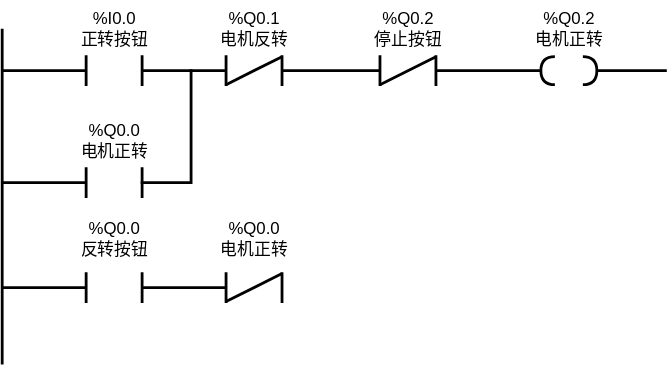
Earlier version of the draw.io export drawio/ZhengFanZhuan.svg (Stolorzs/Picgo). Source tidied: cells renumbered, new cells last; positions are measured from the earlier drawing's top-left corner, leaving out a move shared by most shapes. Its diagram source:
```xml
<mxGraphModel>
  <root>
    <mxCell id="0" />
    <mxCell id="1" parent="0" />
    <mxCell id="2" style="shape=partialRectangle;whiteSpace=wrap;html=1;bottom=0;top=0;fillColor=none;strokeWidth=2;" parent="1" vertex="1">
      <mxGeometry x="60" y="40" width="40" height="20" as="geometry" />
    </mxCell>
    <mxCell id="3" style="line;strokeWidth=2;html=1;" parent="1" vertex="1">
      <mxGeometry y="45" width="60" height="10" as="geometry" />
    </mxCell>
    <mxCell id="4" value="&lt;div&gt;%I0.0&lt;/div&gt;正转按钮" style="text;html=1;align=center;verticalAlign=middle;strokeColor=none;fillColor=none;" parent="1" vertex="1">
      <mxGeometry x="45" width="70" height="40" as="geometry" />
    </mxCell>
    <mxCell id="5" style="group;" parent="1" vertex="1">
      <mxGeometry x="160" y="40" width="40" height="20" as="geometry" />
    </mxCell>
    <mxCell id="6" style="shape=partialRectangle;whiteSpace=wrap;html=1;bottom=0;top=0;fillColor=none;strokeWidth=2;" parent="5" vertex="1">
      <mxGeometry width="40" height="20" as="geometry" />
    </mxCell>
    <mxCell id="7" style="endArrow=none;html=1;rounded=0;strokeWidth=2;entryX=1;entryY=0;entryDx=0;entryDy=0;" parent="5" edge="1" target="6">
      <mxGeometry relative="1" as="geometry">
        <mxPoint y="20" as="sourcePoint" />
      </mxGeometry>
    </mxCell>
    <mxCell id="8" style="line;strokeWidth=2;html=1;" parent="1" vertex="1">
      <mxGeometry x="100" y="45" width="60" height="10" as="geometry" />
    </mxCell>
    <mxCell id="9" value="&lt;div&gt;%Q0.1&lt;/div&gt;电机反转" style="text;html=1;align=center;verticalAlign=middle;strokeColor=none;fillColor=none;" parent="1" vertex="1">
      <mxGeometry x="145" width="70" height="40" as="geometry" />
    </mxCell>
    <mxCell id="10" style="line;strokeWidth=2;html=1;" parent="1" vertex="1">
      <mxGeometry x="200" y="45" width="70" height="10" as="geometry" />
    </mxCell>
    <mxCell id="11" style="endArrow=none;html=1;rounded=0;strokeWidth=2;" parent="1" edge="1">
      <mxGeometry relative="1" as="geometry">
        <mxPoint y="260" as="sourcePoint" />
        <mxPoint y="20" as="targetPoint" />
      </mxGeometry>
    </mxCell>
    <mxCell id="12" style="group;" parent="1" vertex="1">
      <mxGeometry x="270" y="40" width="40" height="20" as="geometry" />
    </mxCell>
    <mxCell id="13" style="shape=partialRectangle;whiteSpace=wrap;html=1;bottom=0;top=0;fillColor=none;strokeWidth=2;" parent="12" vertex="1">
      <mxGeometry width="40" height="20" as="geometry" />
    </mxCell>
    <mxCell id="14" style="endArrow=none;html=1;rounded=0;strokeWidth=2;entryX=1;entryY=0;entryDx=0;entryDy=0;" parent="12" edge="1" target="13">
      <mxGeometry relative="1" as="geometry">
        <mxPoint y="20" as="sourcePoint" />
      </mxGeometry>
    </mxCell>
    <mxCell id="15" style="line;strokeWidth=2;html=1;" parent="1" vertex="1">
      <mxGeometry x="310" y="45" width="75" height="10" as="geometry" />
    </mxCell>
    <mxCell id="16" value="&lt;div&gt;%Q0.2&lt;/div&gt;停止按钮" style="text;html=1;align=center;verticalAlign=middle;strokeColor=none;fillColor=none;" parent="1" vertex="1">
      <mxGeometry x="255" width="70" height="40" as="geometry" />
    </mxCell>
    <mxCell id="17" value="&lt;div&gt;%Q0.2&lt;/div&gt;电机正转" style="text;html=1;align=center;verticalAlign=middle;strokeColor=none;fillColor=none;" parent="1" vertex="1">
      <mxGeometry x="370" width="70" height="40" as="geometry" />
    </mxCell>
    <mxCell id="18" style="group;" parent="1" vertex="1">
      <mxGeometry x="385" y="40" width="40" height="20" as="geometry" />
    </mxCell>
    <mxCell id="19" style="shape=requiredInterface;html=1;verticalLabelPosition=bottom;sketch=0;strokeWidth=2;fillColor=none;" parent="18" vertex="1">
      <mxGeometry x="30" width="10" height="20" as="geometry" />
    </mxCell>
    <mxCell id="20" style="shape=requiredInterface;html=1;verticalLabelPosition=bottom;sketch=0;strokeWidth=2;rotation=-180;fillColor=none;" parent="18" vertex="1">
      <mxGeometry width="10" height="20" as="geometry" />
    </mxCell>
    <mxCell id="21" style="line;strokeWidth=2;html=1;" parent="1" vertex="1">
      <mxGeometry x="425" y="45" width="50" height="10" as="geometry" />
    </mxCell>
    <mxCell id="22" style="line;strokeWidth=2;html=1;" parent="1" vertex="1">
      <mxGeometry y="125" width="60" height="10" as="geometry" />
    </mxCell>
    <mxCell id="23" style="shape=partialRectangle;whiteSpace=wrap;html=1;bottom=0;top=0;fillColor=none;strokeWidth=2;" parent="1" vertex="1">
      <mxGeometry x="60" y="120" width="40" height="20" as="geometry" />
    </mxCell>
    <mxCell id="24" value="&lt;div&gt;%Q0.0&lt;/div&gt;电机正转" style="text;html=1;align=center;verticalAlign=middle;strokeColor=none;fillColor=none;" parent="1" vertex="1">
      <mxGeometry x="45" y="80" width="70" height="40" as="geometry" />
    </mxCell>
    <mxCell id="25" style="shape=partialRectangle;whiteSpace=wrap;html=1;top=0;left=0;fillColor=none;strokeWidth=2;" parent="1" vertex="1">
      <mxGeometry x="100" y="50" width="35" height="80" as="geometry" />
    </mxCell>
    <mxCell id="26" style="shape=partialRectangle;whiteSpace=wrap;html=1;bottom=0;top=0;fillColor=none;strokeWidth=2;" parent="1" vertex="1">
      <mxGeometry x="60" y="195" width="40" height="20" as="geometry" />
    </mxCell>
    <mxCell id="27" style="line;strokeWidth=2;html=1;" parent="1" vertex="1">
      <mxGeometry y="200" width="60" height="10" as="geometry" />
    </mxCell>
    <mxCell id="28" value="&lt;div&gt;%Q0.0&lt;/div&gt;反转按钮" style="text;html=1;align=center;verticalAlign=middle;strokeColor=none;fillColor=none;" parent="1" vertex="1">
      <mxGeometry x="45" y="150" width="70" height="40" as="geometry" />
    </mxCell>
    <mxCell id="29" style="line;strokeWidth=2;html=1;" parent="1" vertex="1">
      <mxGeometry x="100" y="200" width="60" height="10" as="geometry" />
    </mxCell>
    <mxCell id="30" style="group;" parent="1" vertex="1">
      <mxGeometry x="160" y="195" width="40" height="20" as="geometry" />
    </mxCell>
    <mxCell id="31" style="shape=partialRectangle;whiteSpace=wrap;html=1;bottom=0;top=0;fillColor=none;strokeWidth=2;" parent="30" vertex="1">
      <mxGeometry width="40" height="20" as="geometry" />
    </mxCell>
    <mxCell id="32" style="endArrow=none;html=1;rounded=0;strokeWidth=2;entryX=1;entryY=0;entryDx=0;entryDy=0;" parent="30" edge="1" target="31">
      <mxGeometry relative="1" as="geometry">
        <mxPoint y="20" as="sourcePoint" />
      </mxGeometry>
    </mxCell>
    <mxCell id="33" value="&lt;div&gt;%Q0.0&lt;/div&gt;电机正转" style="text;html=1;align=center;verticalAlign=middle;strokeColor=none;fillColor=none;" parent="1" vertex="1">
      <mxGeometry x="145" y="150" width="70" height="40" as="geometry" />
    </mxCell>
  </root>
</mxGraphModel>
```
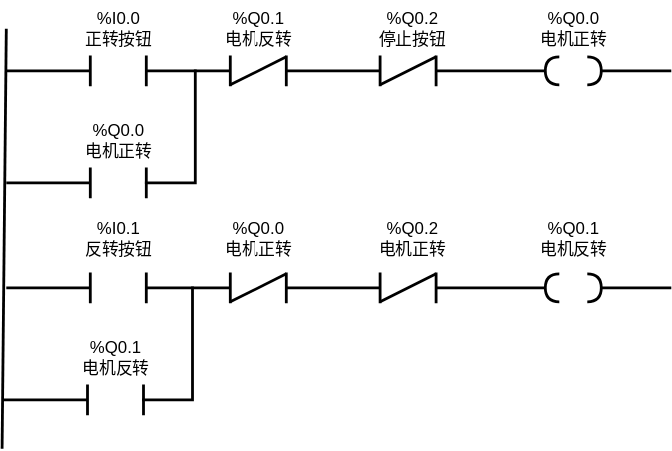
Later version of the same file.

What changed in the source:
```diff
@@ -29,16 +29,16 @@
       <mxGeometry x="145" width="70" height="40" as="geometry" />
     </mxCell>
     <mxCell id="10" style="line;strokeWidth=2;html=1;" parent="1" vertex="1">
-      <mxGeometry x="200" y="45" width="70" height="10" as="geometry" />
+      <mxGeometry x="200" y="45" width="67" height="10" as="geometry" />
     </mxCell>
     <mxCell id="11" style="endArrow=none;html=1;rounded=0;strokeWidth=2;" parent="1" edge="1">
       <mxGeometry relative="1" as="geometry">
-        <mxPoint y="260" as="sourcePoint" />
+        <mxPoint x="-3" y="320" as="sourcePoint" />
         <mxPoint y="20" as="targetPoint" />
       </mxGeometry>
     </mxCell>
     <mxCell id="12" style="group;" parent="1" vertex="1">
-      <mxGeometry x="270" y="40" width="40" height="20" as="geometry" />
+      <mxGeometry x="267" y="40" width="40" height="20" as="geometry" />
     </mxCell>
     <mxCell id="13" style="shape=partialRectangle;whiteSpace=wrap;html=1;bottom=0;top=0;fillColor=none;strokeWidth=2;" parent="12" vertex="1">
       <mxGeometry width="40" height="20" as="geometry" />
@@ -49,16 +49,16 @@
       </mxGeometry>
     </mxCell>
     <mxCell id="15" style="line;strokeWidth=2;html=1;" parent="1" vertex="1">
-      <mxGeometry x="310" y="45" width="75" height="10" as="geometry" />
+      <mxGeometry x="307" y="45" width="78" height="10" as="geometry" />
     </mxCell>
     <mxCell id="16" value="&lt;div&gt;%Q0.2&lt;/div&gt;停止按钮" style="text;html=1;align=center;verticalAlign=middle;strokeColor=none;fillColor=none;" parent="1" vertex="1">
       <mxGeometry x="255" width="70" height="40" as="geometry" />
     </mxCell>
-    <mxCell id="17" value="&lt;div&gt;%Q0.2&lt;/div&gt;电机正转" style="text;html=1;align=center;verticalAlign=middle;strokeColor=none;fillColor=none;" parent="1" vertex="1">
+    <mxCell id="17" value="&lt;div&gt;%Q0.0&lt;/div&gt;电机正转" style="text;html=1;align=center;verticalAlign=middle;strokeColor=none;fillColor=none;" parent="1" vertex="1">
       <mxGeometry x="370" width="70" height="40" as="geometry" />
     </mxCell>
     <mxCell id="18" style="group;" parent="1" vertex="1">
-      <mxGeometry x="385" y="40" width="40" height="20" as="geometry" />
+      <mxGeometry x="385" y="195" width="40" height="20" as="geometry" />
     </mxCell>
     <mxCell id="19" style="shape=requiredInterface;html=1;verticalLabelPosition=bottom;sketch=0;strokeWidth=2;fillColor=none;" parent="18" vertex="1">
       <mxGeometry x="30" width="10" height="20" as="geometry" />
@@ -87,7 +87,7 @@
     <mxCell id="27" style="line;strokeWidth=2;html=1;" parent="1" vertex="1">
       <mxGeometry y="200" width="60" height="10" as="geometry" />
     </mxCell>
-    <mxCell id="28" value="&lt;div&gt;%Q0.0&lt;/div&gt;反转按钮" style="text;html=1;align=center;verticalAlign=middle;strokeColor=none;fillColor=none;" parent="1" vertex="1">
+    <mxCell id="28" value="&lt;div&gt;%I0.1&lt;/div&gt;反转按钮" style="text;html=1;align=center;verticalAlign=middle;strokeColor=none;fillColor=none;" parent="1" vertex="1">
       <mxGeometry x="45" y="150" width="70" height="40" as="geometry" />
     </mxCell>
     <mxCell id="29" style="line;strokeWidth=2;html=1;" parent="1" vertex="1">
@@ -107,5 +107,52 @@
     <mxCell id="33" value="&lt;div&gt;%Q0.0&lt;/div&gt;电机正转" style="text;html=1;align=center;verticalAlign=middle;strokeColor=none;fillColor=none;" parent="1" vertex="1">
       <mxGeometry x="145" y="150" width="70" height="40" as="geometry" />
     </mxCell>
+    <mxCell id="34" value="&lt;div&gt;%Q0.2&lt;/div&gt;电机正转" style="text;html=1;align=center;verticalAlign=middle;strokeColor=none;fillColor=none;" parent="1" vertex="1">
+      <mxGeometry x="255" y="150" width="70" height="40" as="geometry" />
+    </mxCell>
+    <mxCell id="35" style="line;strokeWidth=2;html=1;" parent="1" vertex="1">
+      <mxGeometry x="200" y="200" width="67" height="10" as="geometry" />
+    </mxCell>
+    <mxCell id="36" style="group;" parent="1" vertex="1">
+      <mxGeometry x="267" y="195" width="40" height="20" as="geometry" />
+    </mxCell>
+    <mxCell id="37" style="shape=partialRectangle;whiteSpace=wrap;html=1;bottom=0;top=0;fillColor=none;strokeWidth=2;" parent="36" vertex="1">
+      <mxGeometry width="40" height="20" as="geometry" />
+    </mxCell>
+    <mxCell id="38" style="endArrow=none;html=1;rounded=0;strokeWidth=2;entryX=1;entryY=0;entryDx=0;entryDy=0;" parent="36" edge="1" target="37">
+      <mxGeometry relative="1" as="geometry">
+        <mxPoint y="20" as="sourcePoint" />
+      </mxGeometry>
+    </mxCell>
+    <mxCell id="39" style="group;" parent="1" vertex="1">
+      <mxGeometry x="385" y="40" width="40" height="20" as="geometry" />
+    </mxCell>
+    <mxCell id="40" style="shape=requiredInterface;html=1;verticalLabelPosition=bottom;sketch=0;strokeWidth=2;fillColor=none;" parent="39" vertex="1">
+      <mxGeometry x="30" width="10" height="20" as="geometry" />
+    </mxCell>
+    <mxCell id="41" style="shape=requiredInterface;html=1;verticalLabelPosition=bottom;sketch=0;strokeWidth=2;rotation=-180;fillColor=none;" parent="39" vertex="1">
+      <mxGeometry width="10" height="20" as="geometry" />
+    </mxCell>
+    <mxCell id="42" style="line;strokeWidth=2;html=1;" parent="1" vertex="1">
+      <mxGeometry x="307" y="200" width="78" height="10" as="geometry" />
+    </mxCell>
+    <mxCell id="43" style="line;strokeWidth=2;html=1;" parent="1" vertex="1">
+      <mxGeometry x="425" y="200" width="50" height="10" as="geometry" />
+    </mxCell>
+    <mxCell id="44" value="&lt;div&gt;%Q0.1&lt;/div&gt;电机反转" style="text;html=1;align=center;verticalAlign=middle;strokeColor=none;fillColor=none;" parent="1" vertex="1">
+      <mxGeometry x="370" y="150" width="70" height="40" as="geometry" />
+    </mxCell>
+    <mxCell id="45" style="line;strokeWidth=2;html=1;" parent="1" vertex="1">
+      <mxGeometry x="-2" y="280" width="60" height="10" as="geometry" />
+    </mxCell>
+    <mxCell id="46" style="shape=partialRectangle;whiteSpace=wrap;html=1;bottom=0;top=0;fillColor=none;strokeWidth=2;" parent="1" vertex="1">
+      <mxGeometry x="58" y="275" width="40" height="20" as="geometry" />
+    </mxCell>
+    <mxCell id="47" value="&lt;div&gt;%Q0.1&lt;/div&gt;电机反转" style="text;html=1;align=center;verticalAlign=middle;strokeColor=none;fillColor=none;" parent="1" vertex="1">
+      <mxGeometry x="43" y="235" width="70" height="40" as="geometry" />
+    </mxCell>
+    <mxCell id="48" style="shape=partialRectangle;whiteSpace=wrap;html=1;top=0;left=0;fillColor=none;strokeWidth=2;" parent="1" vertex="1">
+      <mxGeometry x="98" y="205" width="35" height="80" as="geometry" />
+    </mxCell>
   </root>
 </mxGraphModel>
```
